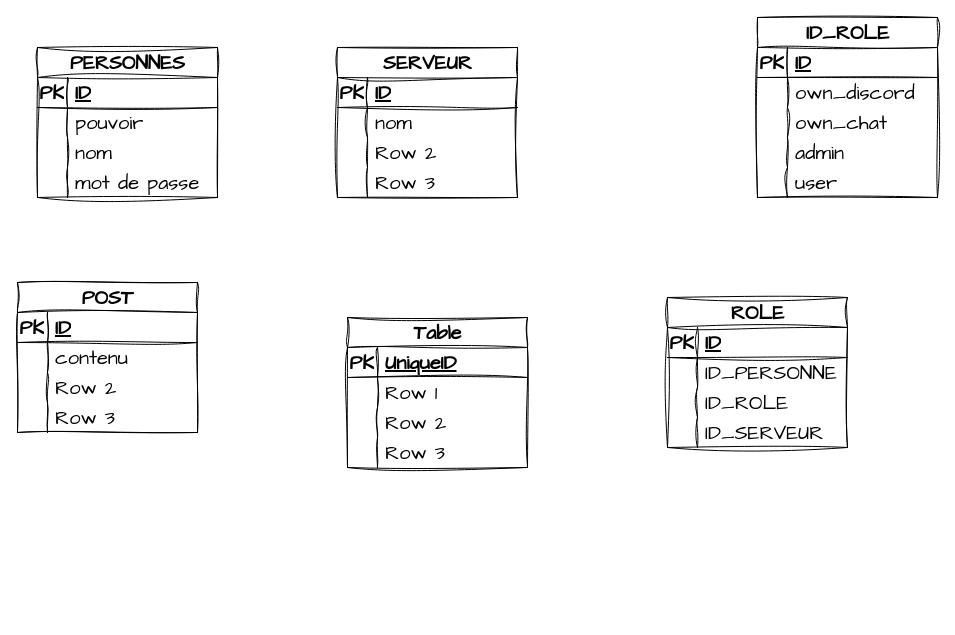
The draw.io diagram mitsu.drawio in vsilvanska/mitsu_projet, before the edit. Source tidied: cells renumbered, new cells numbered last; positions are measured from the earlier drawing's top-left corner, leaving out a move shared by most shapes. Both pictures are drawn from the tidied source at 100%, with x=0, y=0 at pixel (17, 17).
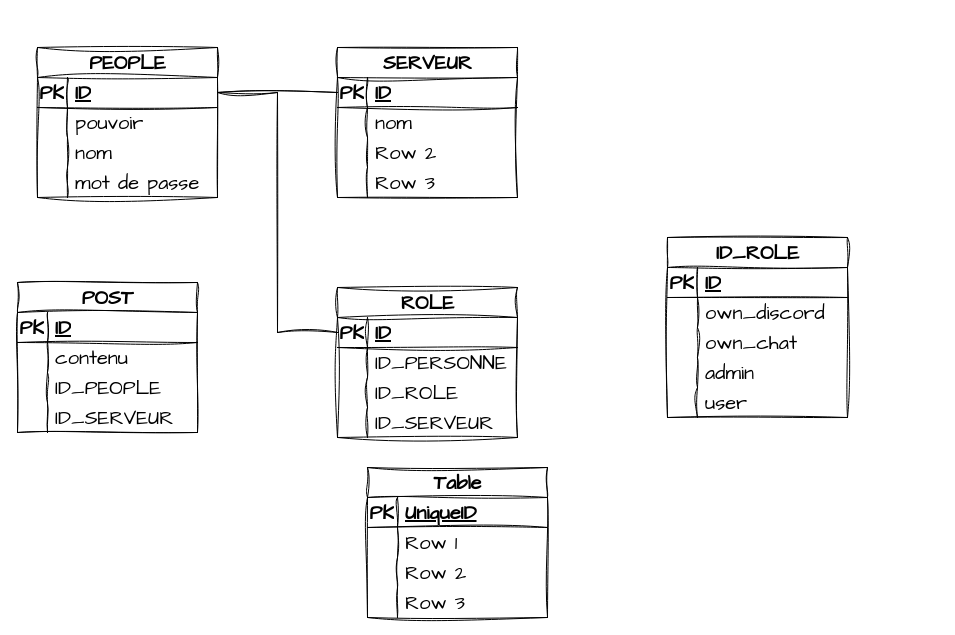
Above is the later version.

Commit message (it also covers changes not shown here):
Mettre à jour mitsu.drawio

The change refers to these unchanged cells:
```xml
<mxCell id="3" style="shape=tableRow;horizontal=0;startSize=0;swimlaneHead=0;swimlaneBody=0;fillColor=none;points=[[0,0.5],[1,0.5]];portConstraint=eastwest;top=0;left=0;right=0;bottom=1;sketch=1;hachureGap=4;jiggle=2;curveFitting=1;fontFamily=Architects Daughter;fontSize=20;" parent="2" vertex="1">
  <mxGeometry y="30" width="180" height="30" as="geometry" />
</mxCell>
<mxCell id="16" style="shape=tableRow;horizontal=0;startSize=0;swimlaneHead=0;swimlaneBody=0;fillColor=none;points=[[0,0.5],[1,0.5]];portConstraint=eastwest;top=0;left=0;right=0;bottom=1;sketch=1;hachureGap=4;jiggle=2;curveFitting=1;fontFamily=Architects Daughter;fontSize=20;" parent="15" vertex="1">
  <mxGeometry y="30" width="180" height="30" as="geometry" />
</mxCell>
<mxCell id="64" style="shape=tableRow;horizontal=0;startSize=0;swimlaneHead=0;swimlaneBody=0;fillColor=none;top=0;left=0;right=0;bottom=0;sketch=1;hachureGap=4;jiggle=2;curveFitting=1;fontFamily=Architects Daughter;fontSize=20;" parent="57" vertex="1">
  <mxGeometry y="90" width="180" height="30" as="geometry" />
</mxCell>
<mxCell id="67" style="shape=tableRow;horizontal=0;startSize=0;swimlaneHead=0;swimlaneBody=0;fillColor=none;top=0;left=0;right=0;bottom=0;sketch=1;hachureGap=4;jiggle=2;curveFitting=1;fontFamily=Architects Daughter;fontSize=20;" parent="57" vertex="1">
  <mxGeometry y="120" width="180" height="30" as="geometry" />
</mxCell>
<mxCell id="71" style="shape=tableRow;horizontal=0;startSize=0;swimlaneHead=0;swimlaneBody=0;fillColor=none;points=[[0,0.5],[1,0.5]];portConstraint=eastwest;top=0;left=0;right=0;bottom=1;sketch=1;hachureGap=4;jiggle=2;curveFitting=1;fontFamily=Architects Daughter;fontSize=20;" parent="70" vertex="1">
  <mxGeometry y="30" width="180" height="30" as="geometry" />
</mxCell>
```

Change to the diagram source:
```diff
@@
-    <mxCell id="2" value="PERSONNES" style="shape=table;startSize=30;childLayout=tableLayout;rowLines=0;fontStyle=1;align=center;html=1;sketch=1;hachureGap=4;jiggle=2;curveFitting=1;fontFamily=Architects Daughter;fontSize=20;" parent="1" vertex="1">
+    <mxCell id="2" value="PEOPLE" style="shape=table;startSize=30;childLayout=tableLayout;rowLines=0;fontStyle=1;align=center;html=1;sketch=1;hachureGap=4;jiggle=2;curveFitting=1;fontFamily=Architects Daughter;fontSize=20;" parent="1" vertex="1">
       <mxGeometry x="20" y="30" width="180" height="150" as="geometry" />
     </mxCell>
@@
     <mxCell id="15" value="ROLE" style="shape=table;startSize=30;childLayout=tableLayout;rowLines=0;fontStyle=1;align=center;html=1;sketch=1;hachureGap=4;jiggle=2;curveFitting=1;fontFamily=Architects Daughter;fontSize=20;" parent="1" vertex="1">
-      <mxGeometry x="650" y="280" width="180" height="150" as="geometry" />
+      <mxGeometry x="320" y="270" width="180" height="150" as="geometry" />
     </mxCell>
@@
     <mxCell id="28" value="ID_ROLE" style="shape=table;startSize=30;childLayout=tableLayout;rowLines=0;fontStyle=1;align=center;html=1;sketch=1;hachureGap=4;jiggle=2;curveFitting=1;fontFamily=Architects Daughter;fontSize=20;" parent="1" vertex="1">
-      <mxGeometry x="740" width="180" height="180" as="geometry" />
+      <mxGeometry x="650" y="220" width="180" height="180" as="geometry" />
     </mxCell>
@@
     <mxCell id="44" value="Table" style="shape=table;startSize=30;childLayout=tableLayout;rowLines=0;fontStyle=1;align=center;html=1;sketch=1;hachureGap=4;jiggle=2;curveFitting=1;fontFamily=Architects Daughter;fontSize=20;" parent="1" vertex="1">
-      <mxGeometry x="330" y="300" width="180" height="150" as="geometry" />
+      <mxGeometry x="350" y="450" width="180" height="150" as="geometry" />
     </mxCell>
@@
-    <mxCell id="66" value="Row 2" style="shape=partialRectangle;fillColor=none;top=0;left=0;bottom=0;right=0;align=left;spacingLeft=6;overflow=hidden;whiteSpace=wrap;html=1;sketch=1;hachureGap=4;jiggle=2;curveFitting=1;fontFamily=Architects Daughter;fontSize=20;" parent="64" vertex="1">
+    <mxCell id="66" value="ID_PEOPLE" style="shape=partialRectangle;fillColor=none;top=0;left=0;bottom=0;right=0;align=left;spacingLeft=6;overflow=hidden;whiteSpace=wrap;html=1;sketch=1;hachureGap=4;jiggle=2;curveFitting=1;fontFamily=Architects Daughter;fontSize=20;" parent="64" vertex="1">
       <mxGeometry x="30" width="150" height="30" as="geometry" />
     </mxCell>
@@
-    <mxCell id="69" value="Row 3" style="shape=partialRectangle;fillColor=none;top=0;left=0;bottom=0;right=0;align=left;spacingLeft=6;overflow=hidden;whiteSpace=wrap;html=1;sketch=1;hachureGap=4;jiggle=2;curveFitting=1;fontFamily=Architects Daughter;fontSize=20;" parent="67" vertex="1">
+    <mxCell id="69" value="ID_SERVEUR" style="shape=partialRectangle;fillColor=none;top=0;left=0;bottom=0;right=0;align=left;spacingLeft=6;overflow=hidden;whiteSpace=wrap;html=1;sketch=1;hachureGap=4;jiggle=2;curveFitting=1;fontFamily=Architects Daughter;fontSize=20;" parent="67" vertex="1">
       <mxGeometry x="30" width="150" height="30" as="geometry" />
     </mxCell>
@@
+    <mxCell id="83" style="edgeStyle=orthogonalEdgeStyle;rounded=0;sketch=1;hachureGap=4;jiggle=2;curveFitting=1;jettySize=auto;html=1;exitX=1;exitY=0.5;exitDx=0;exitDy=0;entryX=0;entryY=0.5;entryDx=0;entryDy=0;fontFamily=Architects Daughter;fontSize=16;endArrow=none;endFill=0;" parent="1" edge="1" source="3" target="71">
+      <mxGeometry relative="1" as="geometry" />
+    </mxCell>
+    <mxCell id="84" style="edgeStyle=orthogonalEdgeStyle;rounded=0;sketch=1;hachureGap=4;jiggle=2;curveFitting=1;jettySize=auto;html=1;exitX=1;exitY=0.5;exitDx=0;exitDy=0;entryX=0;entryY=0.5;entryDx=0;entryDy=0;fontFamily=Architects Daughter;fontSize=16;endArrow=none;endFill=0;" parent="1" edge="1" source="3" target="16">
+      <mxGeometry relative="1" as="geometry" />
+    </mxCell>
```
